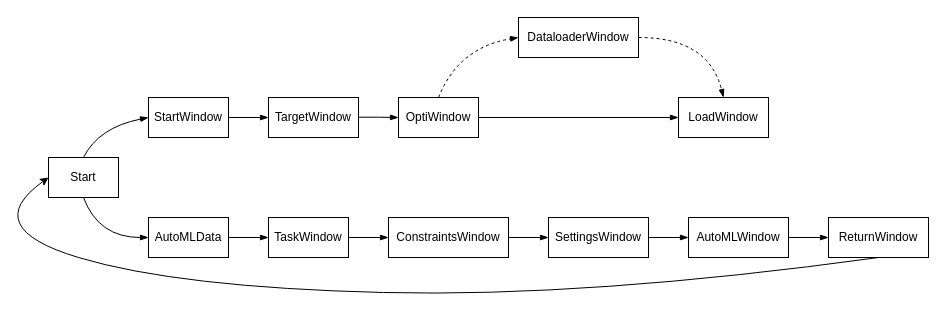
Earlier version of the draw.io diagram src/GUILayout/Images/Flowchart.drawio (Hahn-Schickard/AutoFlow). Source tidied: cells renumbered, new cells numbered last; positions are measured from the earlier drawing's top-left corner, leaving out a move shared by most shapes. Both pictures are drawn from the tidied source at 100%, with x=0, y=0 at pixel (-22, 17).
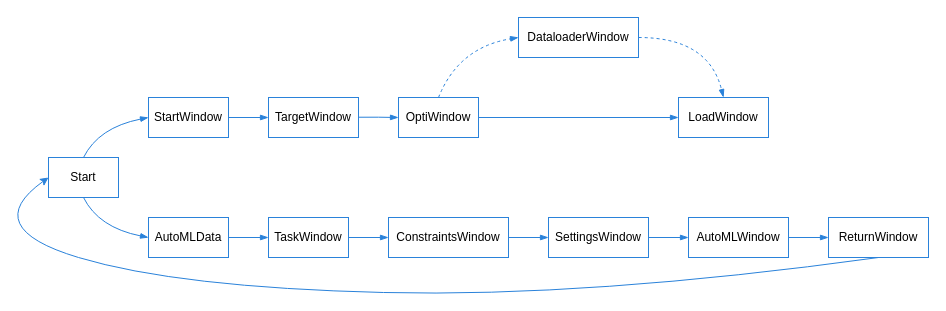
Above is the later version.

The edit, as a diff of the source:
```diff
@@
-    <mxCell id="2" value="Start" style="rounded=0;whiteSpace=wrap;html=1;" parent="1" vertex="1">
+    <mxCell id="2" value="Start" style="rounded=0;whiteSpace=wrap;html=1;strokeColor=#2A82DA;" parent="1" vertex="1">
       <mxGeometry x="70" y="140" width="70" height="40" as="geometry" />
     </mxCell>
-    <mxCell id="3" style="edgeStyle=orthogonalEdgeStyle;rounded=0;jettySize=auto;html=1;exitX=1;exitY=0.5;exitDx=0;exitDy=0;entryX=0;entryY=0.5;entryDx=0;entryDy=0;endArrow=blockThin;endFill=1;" parent="1" edge="1" source="4" target="5">
+    <mxCell id="3" style="edgeStyle=orthogonalEdgeStyle;rounded=0;jettySize=auto;html=1;exitX=1;exitY=0.5;exitDx=0;exitDy=0;entryX=0;entryY=0.5;entryDx=0;entryDy=0;endArrow=blockThin;endFill=1;strokeColor=#2A82DA;" parent="1" edge="1" source="4" target="5">
       <mxGeometry relative="1" as="geometry" />
     </mxCell>
-    <mxCell id="4" value="StartWindow" style="rounded=0;whiteSpace=wrap;html=1;" parent="1" vertex="1">
+    <mxCell id="4" value="StartWindow" style="rounded=0;whiteSpace=wrap;html=1;strokeColor=#2A82DA;" parent="1" vertex="1">
       <mxGeometry x="170" y="80" width="80" height="40" as="geometry" />
     </mxCell>
-    <mxCell id="5" value="TargetWindow" style="rounded=0;whiteSpace=wrap;html=1;" parent="1" vertex="1">
+    <mxCell id="5" value="TargetWindow" style="rounded=0;whiteSpace=wrap;html=1;strokeColor=#2A82DA;" parent="1" vertex="1">
       <mxGeometry x="290" y="80" width="90" height="40" as="geometry" />
     </mxCell>
-    <mxCell id="6" style="curved=1;endArrow=blockThin;html=1;rounded=0;exitX=0.5;exitY=0;exitDx=0;exitDy=0;entryX=0;entryY=0.5;entryDx=0;entryDy=0;endFill=1;" parent="1" edge="1" source="2" target="4">
+    <mxCell id="6" style="curved=1;endArrow=blockThin;html=1;rounded=0;exitX=0.5;exitY=0;exitDx=0;exitDy=0;entryX=0;entryY=0.5;entryDx=0;entryDy=0;endFill=1;strokeColor=#2A82DA;" parent="1" edge="1" source="2" target="4">
       <mxGeometry relative="1" as="geometry">
         <Array as="points">
           <mxPoint x="120" y="110" />
         </Array>
       </mxGeometry>
     </mxCell>
-    <mxCell id="7" value="OptiWindow" style="rounded=0;whiteSpace=wrap;html=1;" parent="1" vertex="1">
+    <mxCell id="7" value="OptiWindow" style="rounded=0;whiteSpace=wrap;html=1;strokeColor=#2A82DA;" parent="1" vertex="1">
       <mxGeometry x="420" y="80" width="80" height="40" as="geometry" />
     </mxCell>
-    <mxCell id="8" style="edgeStyle=orthogonalEdgeStyle;rounded=0;jettySize=auto;html=1;exitX=1;exitY=0.493;exitDx=0;exitDy=0;endArrow=blockThin;endFill=1;exitPerimeter=0;entryX=0;entryY=0.5;entryDx=0;entryDy=0;" parent="1" edge="1" source="5" target="7">
+    <mxCell id="8" style="edgeStyle=orthogonalEdgeStyle;rounded=0;jettySize=auto;html=1;exitX=1;exitY=0.493;exitDx=0;exitDy=0;endArrow=blockThin;endFill=1;exitPerimeter=0;entryX=0;entryY=0.5;entryDx=0;entryDy=0;strokeColor=#2A82DA;" parent="1" edge="1" source="5" target="7">
       <mxGeometry relative="1" as="geometry" />
     </mxCell>
-    <mxCell id="9" value="DataloaderWindow" style="rounded=0;whiteSpace=wrap;html=1;" parent="1" vertex="1">
+    <mxCell id="9" value="DataloaderWindow" style="rounded=0;whiteSpace=wrap;html=1;strokeColor=#2A82DA;" parent="1" vertex="1">
       <mxGeometry x="540" width="120" height="40" as="geometry" />
     </mxCell>
-    <mxCell id="10" value="LoadWindow" style="rounded=0;whiteSpace=wrap;html=1;" parent="1" vertex="1">
+    <mxCell id="10" value="LoadWindow" style="rounded=0;whiteSpace=wrap;html=1;strokeColor=#2A82DA;" parent="1" vertex="1">
       <mxGeometry x="700" y="80" width="90" height="40" as="geometry" />
     </mxCell>
-    <mxCell id="11" style="edgeStyle=orthogonalEdgeStyle;rounded=0;jettySize=auto;html=1;exitX=1;exitY=0.5;exitDx=0;exitDy=0;endArrow=blockThin;endFill=1;entryX=0;entryY=0.5;entryDx=0;entryDy=0;" parent="1" edge="1" source="7" target="10">
+    <mxCell id="11" style="edgeStyle=orthogonalEdgeStyle;rounded=0;jettySize=auto;html=1;exitX=1;exitY=0.5;exitDx=0;exitDy=0;endArrow=blockThin;endFill=1;entryX=0;entryY=0.5;entryDx=0;entryDy=0;strokeColor=#2A82DA;" parent="1" edge="1" source="7" target="10">
       <mxGeometry relative="1" as="geometry" />
     </mxCell>
-    <mxCell id="12" style="curved=1;endArrow=blockThin;html=1;rounded=0;exitX=0.5;exitY=0;exitDx=0;exitDy=0;entryX=0;entryY=0.5;entryDx=0;entryDy=0;endFill=1;dashed=1;" parent="1" edge="1" source="7" target="9">
+    <mxCell id="12" style="curved=1;endArrow=blockThin;html=1;rounded=0;exitX=0.5;exitY=0;exitDx=0;exitDy=0;entryX=0;entryY=0.5;entryDx=0;entryDy=0;endFill=1;dashed=1;strokeColor=#2A82DA;" parent="1" edge="1" source="7" target="9">
       <mxGeometry relative="1" as="geometry">
         <Array as="points">
           <mxPoint x="480" y="30" />
         </Array>
       </mxGeometry>
     </mxCell>
-    <mxCell id="13" style="curved=1;endArrow=blockThin;html=1;rounded=0;exitX=1;exitY=0.5;exitDx=0;exitDy=0;entryX=0.5;entryY=0;entryDx=0;entryDy=0;endFill=1;dashed=1;" parent="1" edge="1" source="9" target="10">
+    <mxCell id="13" style="curved=1;endArrow=blockThin;html=1;rounded=0;exitX=1;exitY=0.5;exitDx=0;exitDy=0;entryX=0.5;entryY=0;entryDx=0;entryDy=0;endFill=1;dashed=1;strokeColor=#2A82DA;" parent="1" edge="1" source="9" target="10">
       <mxGeometry relative="1" as="geometry">
         <Array as="points">
           <mxPoint x="730" y="20" />
         </Array>
       </mxGeometry>
     </mxCell>
-    <mxCell id="14" value="AutoMLData" style="rounded=0;whiteSpace=wrap;html=1;" parent="1" vertex="1">
+    <mxCell id="14" value="AutoMLData" style="rounded=0;whiteSpace=wrap;html=1;strokeColor=#2A82DA;" parent="1" vertex="1">
       <mxGeometry x="170" y="200" width="80" height="40" as="geometry" />
     </mxCell>
-    <mxCell id="15" style="curved=1;endArrow=blockThin;html=1;rounded=0;exitX=0.5;exitY=1;exitDx=0;exitDy=0;entryX=0;entryY=0.5;entryDx=0;entryDy=0;endFill=1;" parent="1" edge="1" source="2" target="14">
+    <mxCell id="15" style="curved=1;endArrow=blockThin;html=1;rounded=0;exitX=0.5;exitY=1;exitDx=0;exitDy=0;entryX=0;entryY=0.5;entryDx=0;entryDy=0;endFill=1;strokeColor=#2A82DA;" parent="1" edge="1" source="2" target="14">
       <mxGeometry relative="1" as="geometry">
         <Array as="points">
-          <mxPoint x="120" y="220" />
+          <mxPoint x="120" y="210" />
         </Array>
       </mxGeometry>
     </mxCell>
-    <mxCell id="16" value="TaskWindow" style="rounded=0;whiteSpace=wrap;html=1;" parent="1" vertex="1">
+    <mxCell id="16" value="TaskWindow" style="rounded=0;whiteSpace=wrap;html=1;strokeColor=#2A82DA;" parent="1" vertex="1">
       <mxGeometry x="290" y="200" width="80" height="40" as="geometry" />
     </mxCell>
-    <mxCell id="17" style="edgeStyle=orthogonalEdgeStyle;rounded=0;jettySize=auto;html=1;exitX=1;exitY=0.5;exitDx=0;exitDy=0;entryX=0;entryY=0.5;entryDx=0;entryDy=0;endArrow=blockThin;endFill=1;" parent="1" edge="1" source="14" target="16">
+    <mxCell id="17" style="edgeStyle=orthogonalEdgeStyle;rounded=0;jettySize=auto;html=1;exitX=1;exitY=0.5;exitDx=0;exitDy=0;entryX=0;entryY=0.5;entryDx=0;entryDy=0;endArrow=blockThin;endFill=1;strokeColor=#2A82DA;" parent="1" edge="1" source="14" target="16">
       <mxGeometry relative="1" as="geometry" />
     </mxCell>
-    <mxCell id="18" value="ConstraintsWindow" style="rounded=0;whiteSpace=wrap;html=1;" parent="1" vertex="1">
+    <mxCell id="18" value="ConstraintsWindow" style="rounded=0;whiteSpace=wrap;html=1;strokeColor=#2A82DA;" parent="1" vertex="1">
       <mxGeometry x="410" y="200" width="120" height="40" as="geometry" />
     </mxCell>
-    <mxCell id="19" style="edgeStyle=orthogonalEdgeStyle;rounded=0;jettySize=auto;html=1;exitX=1;exitY=0.5;exitDx=0;exitDy=0;entryX=0;entryY=0.5;entryDx=0;entryDy=0;endArrow=blockThin;endFill=1;" parent="1" edge="1" source="16" target="18">
+    <mxCell id="19" style="edgeStyle=orthogonalEdgeStyle;rounded=0;jettySize=auto;html=1;exitX=1;exitY=0.5;exitDx=0;exitDy=0;entryX=0;entryY=0.5;entryDx=0;entryDy=0;endArrow=blockThin;endFill=1;strokeColor=#2A82DA;" parent="1" edge="1" source="16" target="18">
       <mxGeometry relative="1" as="geometry" />
     </mxCell>
-    <mxCell id="20" value="SettingsWindow" style="rounded=0;whiteSpace=wrap;html=1;" parent="1" vertex="1">
+    <mxCell id="20" value="SettingsWindow" style="rounded=0;whiteSpace=wrap;html=1;strokeColor=#2A82DA;" parent="1" vertex="1">
       <mxGeometry x="570" y="200" width="100" height="40" as="geometry" />
     </mxCell>
-    <mxCell id="21" style="edgeStyle=orthogonalEdgeStyle;rounded=0;jettySize=auto;html=1;exitX=1;exitY=0.5;exitDx=0;exitDy=0;entryX=0;entryY=0.5;entryDx=0;entryDy=0;endArrow=blockThin;endFill=1;" parent="1" edge="1" source="18" target="20">
+    <mxCell id="21" style="edgeStyle=orthogonalEdgeStyle;rounded=0;jettySize=auto;html=1;exitX=1;exitY=0.5;exitDx=0;exitDy=0;entryX=0;entryY=0.5;entryDx=0;entryDy=0;endArrow=blockThin;endFill=1;strokeColor=#2A82DA;" parent="1" edge="1" source="18" target="20">
       <mxGeometry relative="1" as="geometry" />
     </mxCell>
-    <mxCell id="22" value="AutoMLWindow" style="rounded=0;whiteSpace=wrap;html=1;" parent="1" vertex="1">
+    <mxCell id="22" value="AutoMLWindow" style="rounded=0;whiteSpace=wrap;html=1;strokeColor=#2A82DA;" parent="1" vertex="1">
       <mxGeometry x="710" y="200" width="100" height="40" as="geometry" />
     </mxCell>
-    <mxCell id="23" style="edgeStyle=orthogonalEdgeStyle;rounded=0;jettySize=auto;html=1;exitX=1;exitY=0.5;exitDx=0;exitDy=0;entryX=0;entryY=0.5;entryDx=0;entryDy=0;endArrow=blockThin;endFill=1;" parent="1" edge="1" source="20" target="22">
+    <mxCell id="23" style="edgeStyle=orthogonalEdgeStyle;rounded=0;jettySize=auto;html=1;exitX=1;exitY=0.5;exitDx=0;exitDy=0;entryX=0;entryY=0.5;entryDx=0;entryDy=0;endArrow=blockThin;endFill=1;strokeColor=#2A82DA;" parent="1" edge="1" source="20" target="22">
       <mxGeometry relative="1" as="geometry" />
     </mxCell>
-    <mxCell id="24" value="ReturnWindow" style="rounded=0;whiteSpace=wrap;html=1;" parent="1" vertex="1">
+    <mxCell id="24" value="ReturnWindow" style="rounded=0;whiteSpace=wrap;html=1;strokeColor=#2A82DA;" parent="1" vertex="1">
       <mxGeometry x="850" y="200" width="100" height="40" as="geometry" />
     </mxCell>
-    <mxCell id="25" style="edgeStyle=orthogonalEdgeStyle;rounded=0;jettySize=auto;html=1;exitX=1;exitY=0.5;exitDx=0;exitDy=0;entryX=0;entryY=0.5;entryDx=0;entryDy=0;endArrow=blockThin;endFill=1;" parent="1" edge="1" source="22" target="24">
+    <mxCell id="25" style="edgeStyle=orthogonalEdgeStyle;rounded=0;jettySize=auto;html=1;exitX=1;exitY=0.5;exitDx=0;exitDy=0;entryX=0;entryY=0.5;entryDx=0;entryDy=0;endArrow=blockThin;endFill=1;strokeColor=#2A82DA;" parent="1" edge="1" source="22" target="24">
       <mxGeometry relative="1" as="geometry" />
     </mxCell>
-    <mxCell id="26" style="curved=1;endArrow=classic;html=1;rounded=0;exitX=0.5;exitY=1;exitDx=0;exitDy=0;entryX=0;entryY=0.5;entryDx=0;entryDy=0;" parent="1" edge="1" source="24" target="2">
+    <mxCell id="26" style="curved=1;endArrow=classic;html=1;rounded=0;exitX=0.5;exitY=1;exitDx=0;exitDy=0;entryX=0;entryY=0.5;entryDx=0;entryDy=0;strokeColor=#2A82DA;" parent="1" edge="1" source="24" target="2">
       <mxGeometry relative="1" as="geometry">
         <Array as="points">
           <mxPoint x="610" y="280" />
           <mxPoint x="200" y="270" />
           <mxPoint y="210" />
         </Array>
       </mxGeometry>
     </mxCell>
```
